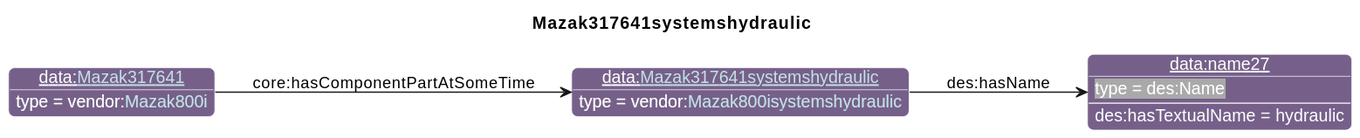
iofoundry/example-syseng-mtconnect keeps this PlantUML diagram as diagrams/Mazak317641systemshydraulic.svg. Above is the earlier version.
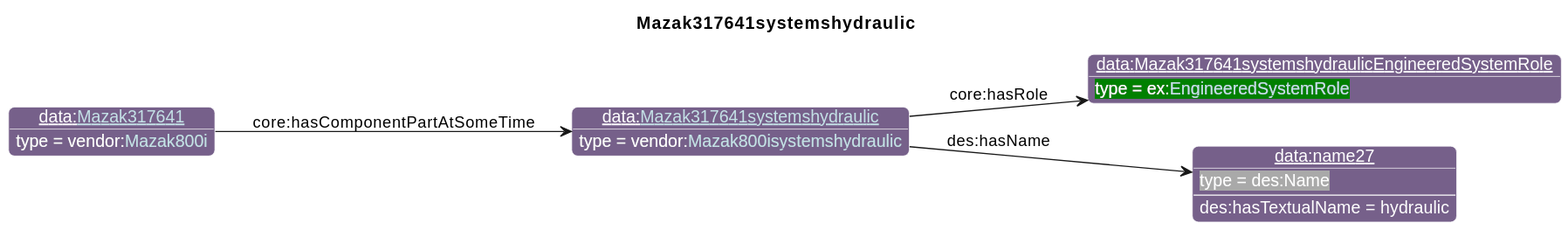
Later version of the same file.

Diff of the diagram source:
```diff
@@ -26,9 +26,11 @@
                       "qp":"641B2E"
       }
 individual(o0, data:[[./Mazak317641systemshydraulic.html Mazak317641systemshydraulic]], vendor:[[../Mazak.html#Mazak800isystemshydraulic Mazak800isystemshydraulic]])
-individual(o1, data:name27, des:Name)
-individual(o2, data:[[./Mazak317641.html Mazak317641]], vendor:[[../Mazak.html#Mazak800i Mazak800i]])
-property(o0, "des:hasName", o1)
-data(o1, "des:hasTextualName", "hydraulic")
-property(o2, "core:hasComponentPartAtSomeTime", o0)
+individual(o1, data:Mazak317641systemshydraulicEngineeredSystemRole, ex:[[../Example.html#EngineeredSystemRole EngineeredSystemRole]])
+individual(o2, data:name27, des:Name)
+individual(o3, data:[[./Mazak317641.html Mazak317641]], vendor:[[../Mazak.html#Mazak800i Mazak800i]])
+property(o0, "core:hasRole", o1)
+property(o0, "des:hasName", o2)
+data(o2, "des:hasTextualName", "hydraulic")
+property(o3, "core:hasComponentPartAtSomeTime", o0)
 @enduml
```
